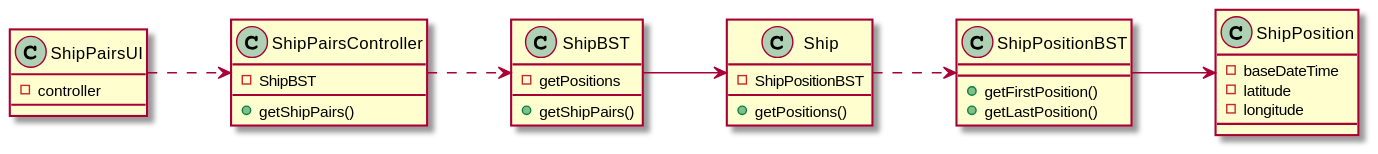
Above: docs/Sprint 2/US/US107/US107_CD.svg in 1190772/LAB-Project-3 (PlantUML), before the change.
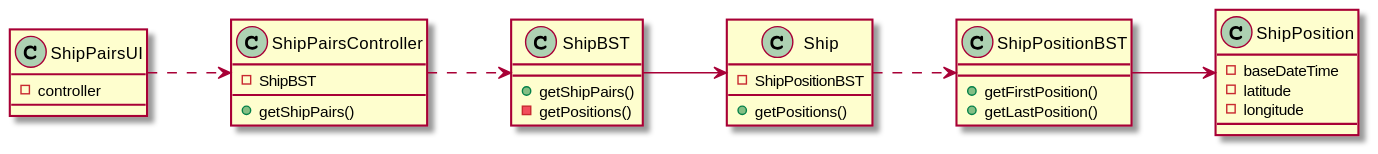
Above is the later version.

Commit message:
Atualização do Class Diagram.

The edit, as a diff of the source:
```diff
@@ -13,7 +13,7 @@
 
 class ShipBST {
 + getShipPairs()
-- getPositions
+- getPositions()
 }
 
 class Ship {
```
